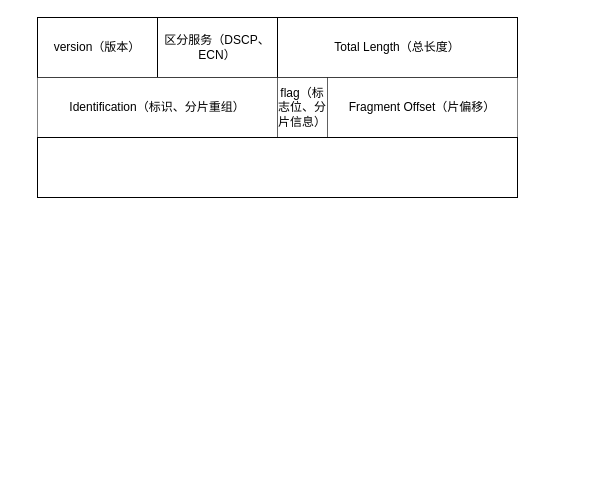
Earlier version of the draw.io diagram Untitled Diagram.drawio (LmyPotato/Image). Source tidied: cells renumbered, new cells numbered last; positions are measured from the earlier drawing's top-left corner, leaving out a move shared by most shapes. Both pictures are drawn from the tidied source at 100%, with x=0, y=0 at pixel (37, 17).
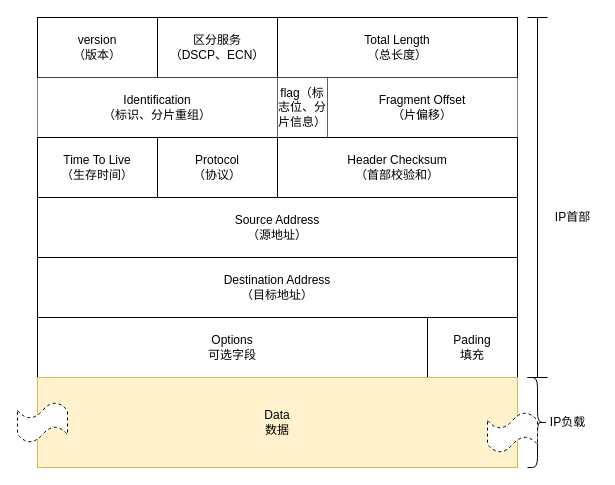
The same page after the edit.

The edit, as a diff of the source:
```diff
@@
-    <mxCell id="2" value="version（版本）" style="rounded=0;whiteSpace=wrap;html=1;" parent="1" vertex="1">
+    <mxCell id="2" value="version&lt;br&gt;（版本）" style="rounded=0;whiteSpace=wrap;html=1;" parent="1" vertex="1">
       <mxGeometry width="120" height="60" as="geometry" />
     </mxCell>
-    <mxCell id="3" value="区分服务（DSCP、ECN）" style="rounded=0;whiteSpace=wrap;html=1;" parent="1" vertex="1">
+    <mxCell id="3" value="区分服务&lt;br&gt;（DSCP、ECN）" style="rounded=0;whiteSpace=wrap;html=1;" parent="1" vertex="1">
       <mxGeometry x="120" width="120" height="60" as="geometry" />
     </mxCell>
-    <mxCell id="4" value="Total Length（总长度）" style="rounded=0;whiteSpace=wrap;html=1;" parent="1" vertex="1">
+    <mxCell id="4" value="Total Length&lt;br&gt;（总长度）" style="rounded=0;whiteSpace=wrap;html=1;" parent="1" vertex="1">
       <mxGeometry x="240" width="240" height="60" as="geometry" />
     </mxCell>
-    <mxCell id="5" value="Identification（标识、分片重组）" style="rounded=0;whiteSpace=wrap;html=1;dashed=1;dashPattern=1 1;" parent="1" vertex="1">
+    <mxCell id="5" value="Identification&lt;br&gt;（标识、分片重组）" style="rounded=0;whiteSpace=wrap;html=1;dashed=1;dashPattern=1 1;" parent="1" vertex="1">
       <mxGeometry y="60" width="240" height="60" as="geometry" />
     </mxCell>
@@
-    <mxCell id="8" value="Fragment Offset（片偏移）" style="rounded=0;whiteSpace=wrap;html=1;dashed=1;dashPattern=1 1;" parent="1" vertex="1">
+    <mxCell id="8" value="Fragment Offset&lt;br&gt;（片偏移）" style="rounded=0;whiteSpace=wrap;html=1;dashed=1;dashPattern=1 1;" parent="1" vertex="1">
       <mxGeometry x="290" y="60" width="190" height="60" as="geometry" />
     </mxCell>
-    <mxCell id="9" style="rounded=0;whiteSpace=wrap;html=1;" parent="1" vertex="1">
-      <mxGeometry y="120" width="480" height="60" as="geometry" />
-    </mxCell>
+    <mxCell id="10" value="Time To Live&lt;br&gt;（生存时间）" style="rounded=0;whiteSpace=wrap;html=1;" parent="1" vertex="1">
+      <mxGeometry y="120" width="120" height="60" as="geometry" />
+    </mxCell>
+    <mxCell id="11" value="Protocol&lt;br&gt;（协议）" style="rounded=0;whiteSpace=wrap;html=1;" parent="1" vertex="1">
+      <mxGeometry x="120" y="120" width="120" height="60" as="geometry" />
+    </mxCell>
+    <mxCell id="12" value="Header Checksum&lt;br&gt;（首部校验和）" style="rounded=0;whiteSpace=wrap;html=1;" parent="1" vertex="1">
+      <mxGeometry x="240" y="120" width="240" height="60" as="geometry" />
+    </mxCell>
+    <mxCell id="13" value="Source Address&lt;br&gt;（源地址）" style="rounded=0;whiteSpace=wrap;html=1;" parent="1" vertex="1">
+      <mxGeometry y="180" width="480" height="60" as="geometry" />
+    </mxCell>
+    <mxCell id="14" value="Destination Address&lt;br&gt;（目标地址）" style="rounded=0;whiteSpace=wrap;html=1;" parent="1" vertex="1">
+      <mxGeometry y="240" width="480" height="60" as="geometry" />
+    </mxCell>
+    <mxCell id="15" value="Options&lt;br&gt;可选字段" style="rounded=0;whiteSpace=wrap;html=1;" parent="1" vertex="1">
+      <mxGeometry y="300" width="390" height="60" as="geometry" />
+    </mxCell>
+    <mxCell id="16" value="Pading&lt;br&gt;填充" style="rounded=0;whiteSpace=wrap;html=1;" parent="1" vertex="1">
+      <mxGeometry x="390" y="300" width="90" height="60" as="geometry" />
+    </mxCell>
+    <mxCell id="17" value="Data&lt;br&gt;数据" style="rounded=0;whiteSpace=wrap;html=1;fillColor=#fff2cc;strokeColor=#d6b656;" parent="1" vertex="1">
+      <mxGeometry y="360" width="480" height="90" as="geometry" />
+    </mxCell>
+    <mxCell id="18" style="shape=curlyBracket;whiteSpace=wrap;html=1;rounded=1;flipH=1;" parent="1" vertex="1">
+      <mxGeometry x="490" y="360" width="20" height="90" as="geometry" />
+    </mxCell>
+    <mxCell id="19" value="IP负载" style="text;html=1;align=center;verticalAlign=middle;fillColor=none;strokeColor=none;rounded=0;" parent="1" vertex="1">
+      <mxGeometry x="505" y="395" width="50" height="20" as="geometry" />
+    </mxCell>
+    <mxCell id="20" style="shape=crossbar;whiteSpace=wrap;html=1;rounded=1;direction=south;" parent="1" vertex="1">
+      <mxGeometry x="490" width="20" height="360" as="geometry" />
+    </mxCell>
+    <mxCell id="21" value="IP首部" style="text;html=1;align=center;verticalAlign=middle;fillColor=none;strokeColor=none;rounded=0;" parent="1" vertex="1">
+      <mxGeometry x="510" y="190" width="50" height="20" as="geometry" />
+    </mxCell>
+    <mxCell id="22" style="shape=tape;whiteSpace=wrap;html=1;dashed=1;" parent="1" vertex="1">
+      <mxGeometry x="-20" y="385" width="50" height="40" as="geometry" />
+    </mxCell>
+    <mxCell id="23" style="shape=tape;whiteSpace=wrap;html=1;dashed=1;" parent="1" vertex="1">
+      <mxGeometry x="450" y="395" width="50" height="40" as="geometry" />
+    </mxCell>
```
